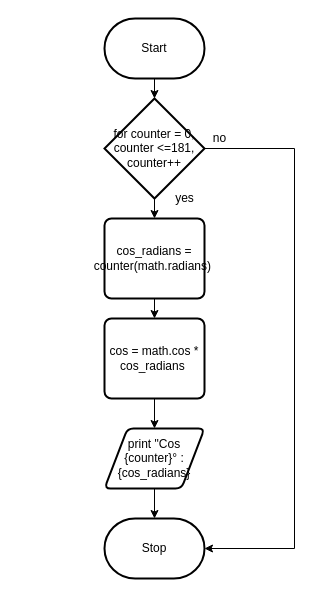
The draw.io diagram Draw.io/Flowchart.drawio in Peter-Gemmell/ICS3U-Assignment-5-Python, before the edit. Source tidied: cells renumbered, new cells numbered last; positions are measured from the earlier drawing's top-left corner, leaving out a move shared by most shapes. Both pictures are drawn from the tidied source at 100%, with x=0, y=0 at pixel (104, 18).
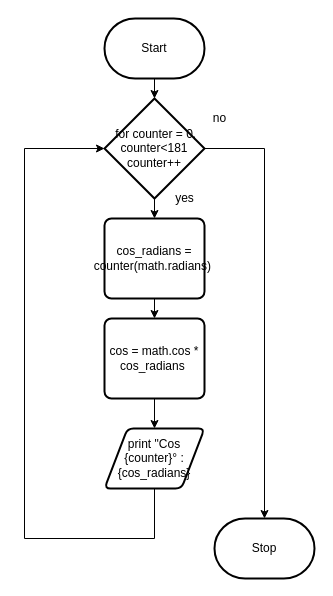
The same page after the edit.

What changed in the source:
```diff
@@
 <mxGraphModel>
   <root>
     <mxCell id="0" />
     <mxCell id="1" parent="0" />
     <mxCell id="2" style="edgeStyle=none;html=1;entryX=0.5;entryY=0;entryDx=0;entryDy=0;entryPerimeter=0;" parent="1" edge="1" source="3" target="8">
       <mxGeometry relative="1" as="geometry" />
     </mxCell>
     <mxCell id="3" value="Start" style="strokeWidth=2;html=1;shape=mxgraph.flowchart.terminator;whiteSpace=wrap;" parent="1" vertex="1">
       <mxGeometry width="100" height="60" as="geometry" />
     </mxCell>
-    <mxCell id="4" style="edgeStyle=none;html=1;" parent="1" edge="1" target="5">
-      <mxGeometry relative="1" as="geometry">
-        <mxPoint x="50" y="510" as="sourcePoint" />
-      </mxGeometry>
-    </mxCell>
     <mxCell id="5" value="Stop" style="strokeWidth=2;html=1;shape=mxgraph.flowchart.terminator;whiteSpace=wrap;" parent="1" vertex="1">
-      <mxGeometry y="500" width="100" height="60" as="geometry" />
+      <mxGeometry x="110" y="500" width="100" height="60" as="geometry" />
     </mxCell>
     <mxCell id="6" style="edgeStyle=none;html=1;exitX=0.5;exitY=1;exitDx=0;exitDy=0;exitPerimeter=0;entryX=0.5;entryY=0;entryDx=0;entryDy=0;" parent="1" edge="1" source="8" target="12">
       <mxGeometry relative="1" as="geometry" />
     </mxCell>
-    <mxCell id="7" style="edgeStyle=none;html=1;exitX=1;exitY=0.5;exitDx=0;exitDy=0;exitPerimeter=0;entryX=1;entryY=0.5;entryDx=0;entryDy=0;entryPerimeter=0;rounded=0;" parent="1" edge="1" source="8" target="5">
+    <mxCell id="7" style="edgeStyle=none;rounded=0;html=1;exitX=1;exitY=0.5;exitDx=0;exitDy=0;exitPerimeter=0;entryX=0.5;entryY=0;entryDx=0;entryDy=0;entryPerimeter=0;" parent="1" edge="1" source="8" target="5">
       <mxGeometry relative="1" as="geometry">
         <Array as="points">
-          <mxPoint x="190" y="130" />
-          <mxPoint x="190" y="530" />
+          <mxPoint x="160" y="130" />
         </Array>
       </mxGeometry>
     </mxCell>
-    <mxCell id="8" value="for counter = 0, counter &amp;lt;=181, counter++" style="strokeWidth=2;html=1;shape=mxgraph.flowchart.decision;whiteSpace=wrap;" parent="1" vertex="1">
+    <mxCell id="8" value="&amp;nbsp;for counter = 0,&lt;br&gt;counter&amp;lt;181&lt;br&gt;counter++" style="strokeWidth=2;html=1;shape=mxgraph.flowchart.decision;whiteSpace=wrap;" parent="1" vertex="1">
       <mxGeometry y="80" width="100" height="100" as="geometry" />
     </mxCell>
     <mxCell id="9" style="edgeStyle=none;html=1;exitX=0.5;exitY=1;exitDx=0;exitDy=0;entryX=0.5;entryY=0;entryDx=0;entryDy=0;" parent="1" edge="1" source="10" target="14">
       <mxGeometry relative="1" as="geometry" />
     </mxCell>
     <mxCell id="10" value="cos = math.cos * cos_radians&amp;nbsp;" style="rounded=1;whiteSpace=wrap;html=1;absoluteArcSize=1;arcSize=14;strokeWidth=2;" parent="1" vertex="1">
       <mxGeometry y="300" width="100" height="80" as="geometry" />
     </mxCell>
     <mxCell id="11" style="edgeStyle=none;html=1;exitX=0.5;exitY=1;exitDx=0;exitDy=0;entryX=0.5;entryY=0;entryDx=0;entryDy=0;" parent="1" edge="1" source="12" target="10">
       <mxGeometry relative="1" as="geometry" />
     </mxCell>
     <mxCell id="12" value="cos_radians = counter(math.radians)&amp;nbsp;" style="rounded=1;whiteSpace=wrap;html=1;absoluteArcSize=1;arcSize=14;strokeWidth=2;" parent="1" vertex="1">
       <mxGeometry y="200" width="100" height="80" as="geometry" />
     </mxCell>
-    <mxCell id="13" style="edgeStyle=none;html=1;exitX=0.5;exitY=1;exitDx=0;exitDy=0;entryX=0.5;entryY=0;entryDx=0;entryDy=0;entryPerimeter=0;" parent="1" edge="1" source="14" target="5">
-      <mxGeometry relative="1" as="geometry" />
+    <mxCell id="13" style="edgeStyle=none;html=1;exitX=0.5;exitY=1;exitDx=0;exitDy=0;entryX=0;entryY=0.5;entryDx=0;entryDy=0;entryPerimeter=0;rounded=0;" parent="1" edge="1" source="14" target="8">
+      <mxGeometry relative="1" as="geometry">
+        <Array as="points">
+          <mxPoint x="50" y="520" />
+          <mxPoint x="-80" y="520" />
+          <mxPoint x="-80" y="130" />
+        </Array>
+      </mxGeometry>
     </mxCell>
     <mxCell id="14" value="print &quot;Cos {counter}° : {cos_radians}" style="shape=parallelogram;html=1;strokeWidth=2;perimeter=parallelogramPerimeter;whiteSpace=wrap;rounded=1;arcSize=12;size=0.23;" parent="1" vertex="1">
       <mxGeometry y="410" width="100" height="60" as="geometry" />
     </mxCell>
     <mxCell id="15" value="yes" style="text;html=1;align=center;verticalAlign=middle;strokeColor=none;fillColor=none;" parent="1" vertex="1">
       <mxGeometry x="65" y="170" width="30" height="20" as="geometry" />
     </mxCell>
     <mxCell id="16" value="no" style="text;html=1;align=center;verticalAlign=middle;strokeColor=none;fillColor=none;" parent="1" vertex="1">
-      <mxGeometry x="100" y="110" width="30" height="20" as="geometry" />
+      <mxGeometry x="100" y="90" width="30" height="20" as="geometry" />
     </mxCell>
   </root>
 </mxGraphModel>
```
